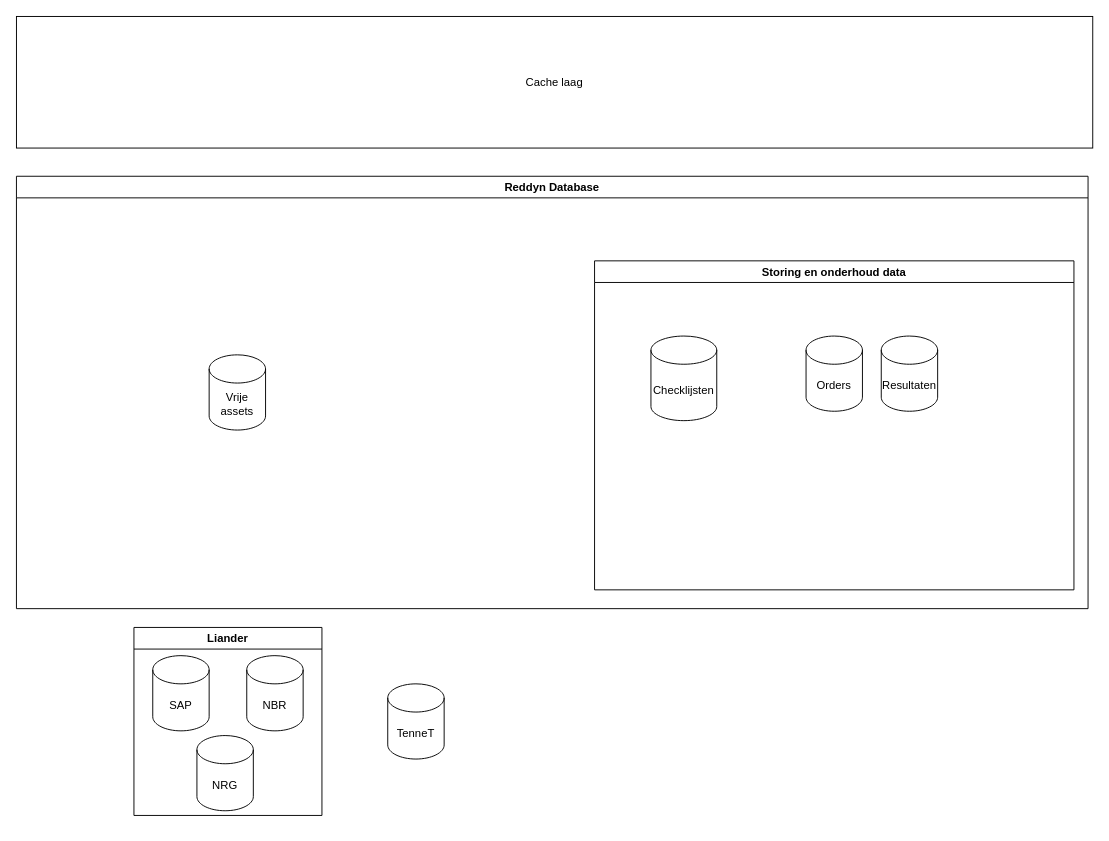
Earlier version of the draw.io diagram page "Niet ideaal" (1 of 2) of reddyn.drawio (eleemans/Diagrams). Source tidied: cells renumbered, new cells numbered last; positions are measured from the earlier drawing's top-left corner, leaving out a move shared by most shapes. Both pictures are drawn from the tidied source at 94%, with x=0, y=0 at pixel (16, 16).
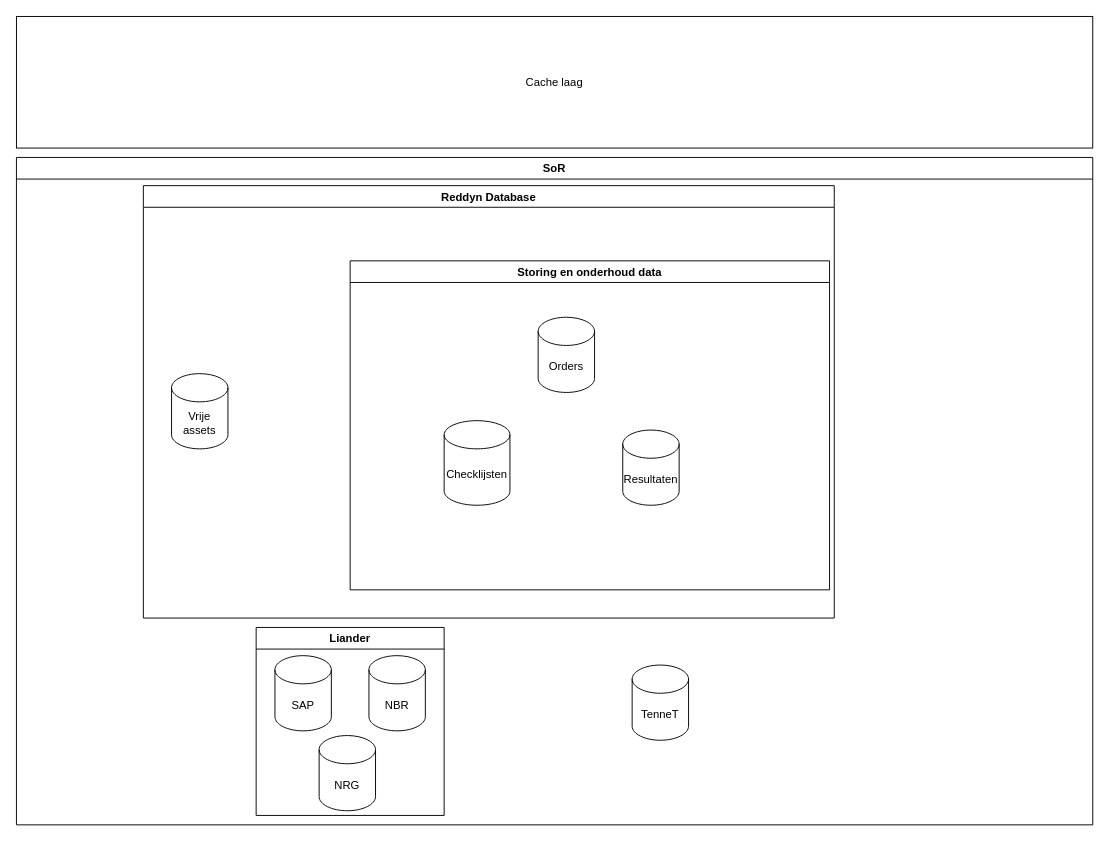
The same page after the edit.

What changed in the source:
```diff
@@
 <mxGraphModel>
   <root>
     <mxCell id="0" />
     <mxCell id="1" parent="0" />
     <mxCell id="2" value="Liander" style="swimlane;" parent="1" vertex="1">
-      <mxGeometry x="125" y="650" width="200" height="200" as="geometry" />
+      <mxGeometry x="255" y="650" width="200" height="200" as="geometry" />
     </mxCell>
     <mxCell id="3" value="SAP" style="shape=cylinder3;whiteSpace=wrap;html=1;boundedLbl=1;backgroundOutline=1;size=15;" parent="2" vertex="1">
       <mxGeometry x="20" y="30" width="60" height="80" as="geometry" />
     </mxCell>
     <mxCell id="4" value="NBR" style="shape=cylinder3;whiteSpace=wrap;html=1;boundedLbl=1;backgroundOutline=1;size=15;" parent="2" vertex="1">
       <mxGeometry x="120" y="30" width="60" height="80" as="geometry" />
     </mxCell>
     <mxCell id="5" value="NRG" style="shape=cylinder3;whiteSpace=wrap;html=1;boundedLbl=1;backgroundOutline=1;size=15;" parent="2" vertex="1">
       <mxGeometry x="67" y="115" width="60" height="80" as="geometry" />
     </mxCell>
     <mxCell id="6" value="Reddyn Database" style="swimlane;" parent="1" vertex="1">
-      <mxGeometry y="170" width="1140" height="460" as="geometry" />
+      <mxGeometry x="135" y="180" width="735" height="460" as="geometry" />
     </mxCell>
-    <mxCell id="7" value="Resultaten" style="shape=cylinder3;whiteSpace=wrap;html=1;boundedLbl=1;backgroundOutline=1;size=15;" parent="6" vertex="1">
-      <mxGeometry x="920" y="170" width="60" height="80" as="geometry" />
-    </mxCell>
     <mxCell id="8" value="Storing en onderhoud data" style="swimlane;" parent="6" vertex="1">
-      <mxGeometry x="615" y="90" width="510" height="350" as="geometry" />
+      <mxGeometry x="220" y="80" width="510" height="350" as="geometry" />
     </mxCell>
     <mxCell id="9" value="Checklijsten" style="shape=cylinder3;whiteSpace=wrap;html=1;boundedLbl=1;backgroundOutline=1;size=15;" parent="8" vertex="1">
-      <mxGeometry x="60" y="80" width="70" height="90" as="geometry" />
+      <mxGeometry x="100" y="170" width="70" height="90" as="geometry" />
     </mxCell>
     <mxCell id="10" value="&lt;span style=&quot;font-weight: normal;&quot;&gt;Orders&lt;/span&gt;" style="shape=cylinder3;whiteSpace=wrap;html=1;boundedLbl=1;backgroundOutline=1;size=15;fontStyle=1;" parent="8" vertex="1">
-      <mxGeometry x="225" y="80" width="60" height="80" as="geometry" />
+      <mxGeometry x="200" y="60" width="60" height="80" as="geometry" />
     </mxCell>
+    <mxCell id="7" value="Resultaten" style="shape=cylinder3;whiteSpace=wrap;html=1;boundedLbl=1;backgroundOutline=1;size=15;" parent="8" vertex="1">
+      <mxGeometry x="290" y="180" width="60" height="80" as="geometry" />
+    </mxCell>
     <mxCell id="11" value="Vrije assets" style="shape=cylinder3;whiteSpace=wrap;html=1;boundedLbl=1;backgroundOutline=1;size=15;" parent="6" vertex="1">
-      <mxGeometry x="205" y="190" width="60" height="80" as="geometry" />
+      <mxGeometry x="30" y="200" width="60" height="80" as="geometry" />
     </mxCell>
     <mxCell id="12" value="TenneT" style="shape=cylinder3;whiteSpace=wrap;html=1;boundedLbl=1;backgroundOutline=1;size=15;" parent="1" vertex="1">
-      <mxGeometry x="395" y="710" width="60" height="80" as="geometry" />
+      <mxGeometry x="655" y="690" width="60" height="80" as="geometry" />
     </mxCell>
     <mxCell id="13" value="Cache laag" style="rounded=0;whiteSpace=wrap;html=1;" parent="1" vertex="1">
       <mxGeometry width="1145" height="140" as="geometry" />
     </mxCell>
+    <mxCell id="14" value="SoR" style="swimlane;whiteSpace=wrap;html=1;" parent="1" vertex="1">
+      <mxGeometry y="150" width="1145" height="710" as="geometry" />
+    </mxCell>
   </root>
 </mxGraphModel>
```
